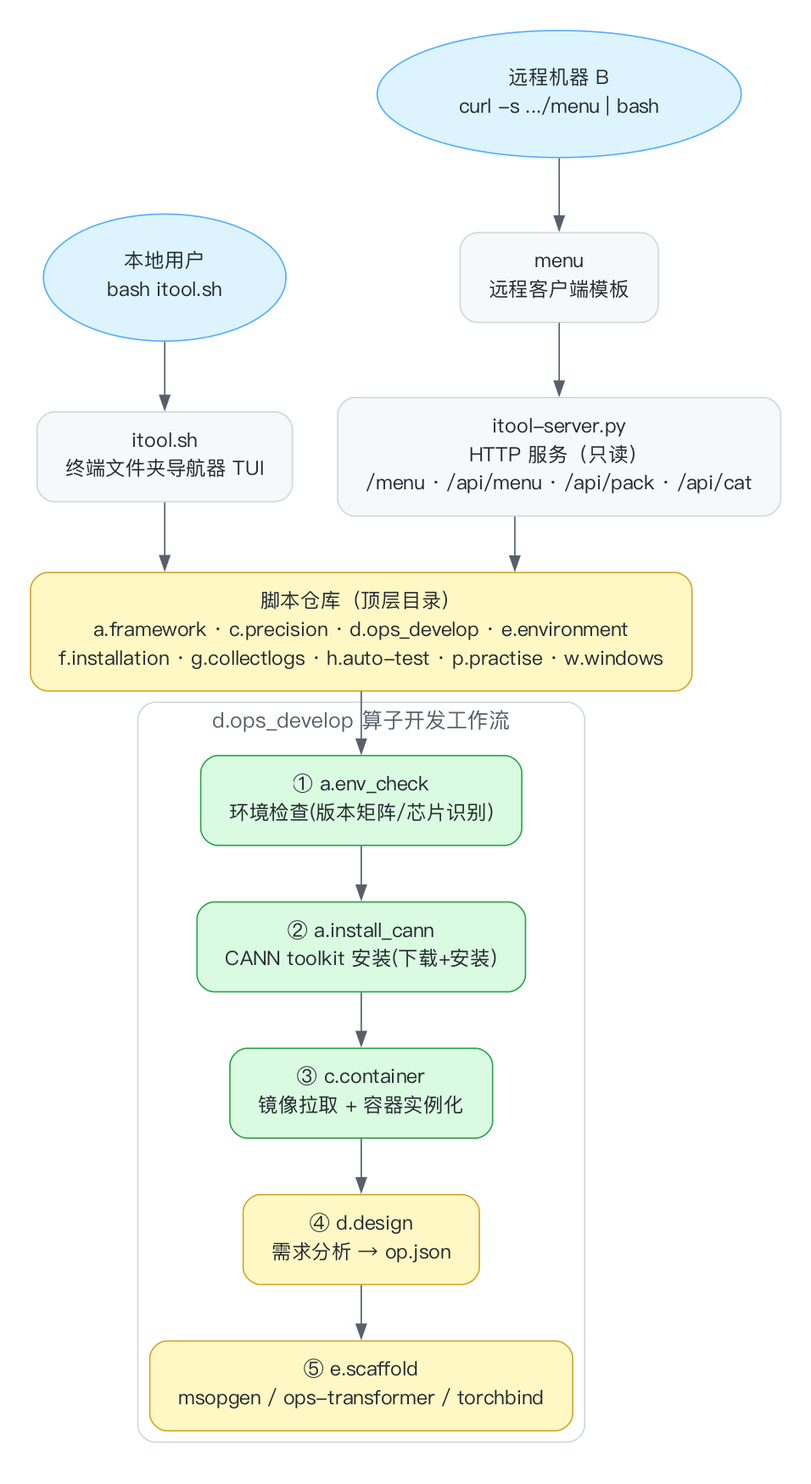
Earlier version of the Graphviz export docs/itool-flow.png (qqiushizi/itool). Its source is kept beside it as docs/itool-flow.dot.
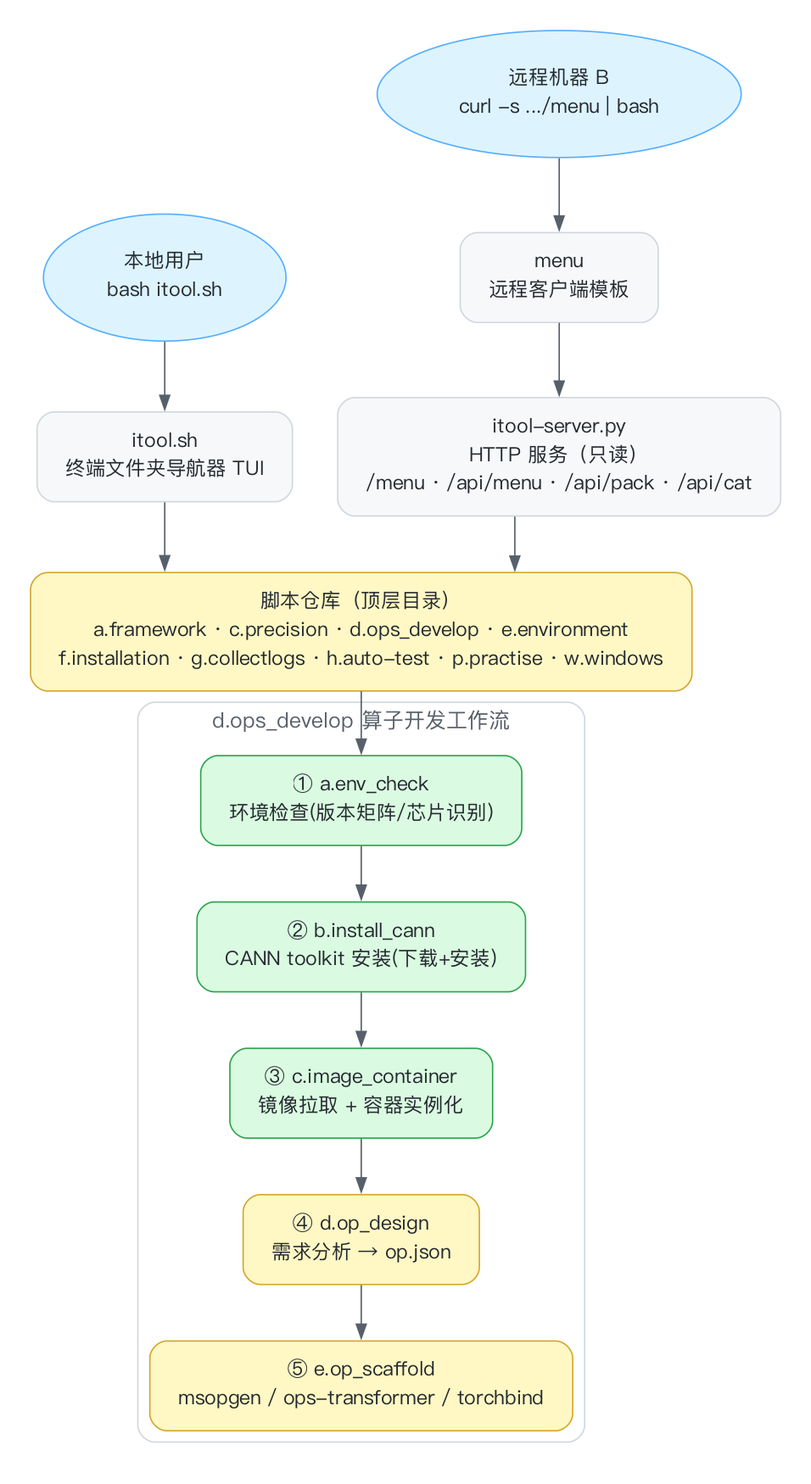
Above is the later version.

Change to the diagram source:
```diff
@@ -42,10 +42,10 @@
     fontsize=15;
 
     S1 [label="① a.env_check\n环境检查(版本矩阵/芯片识别)", fillcolor="#dafbe1", color="#2da44e"];
-    S2 [label="② a.install_cann\nCANN toolkit 安装(下载+安装)", fillcolor="#dafbe1", color="#2da44e"];
-    S3 [label="③ c.container\n镜像拉取 + 容器实例化", fillcolor="#dafbe1", color="#2da44e"];
-    S4 [label="④ d.design\n需求分析 → op.json", fillcolor="#fff8c5", color="#d4a72c"];
-    S5 [label="⑤ e.scaffold\nmsopgen / ops-transformer / torchbind", fillcolor="#fff8c5", color="#d4a72c"];
+    S2 [label="② b.install_cann\nCANN toolkit 安装(下载+安装)", fillcolor="#dafbe1", color="#2da44e"];
+    S3 [label="③ c.image_container\n镜像拉取 + 容器实例化", fillcolor="#dafbe1", color="#2da44e"];
+    S4 [label="④ d.op_design\n需求分析 → op.json", fillcolor="#fff8c5", color="#d4a72c"];
+    S5 [label="⑤ e.op_scaffold\nmsopgen / ops-transformer / torchbind", fillcolor="#fff8c5", color="#d4a72c"];
   }
 
   L -> T;
```
